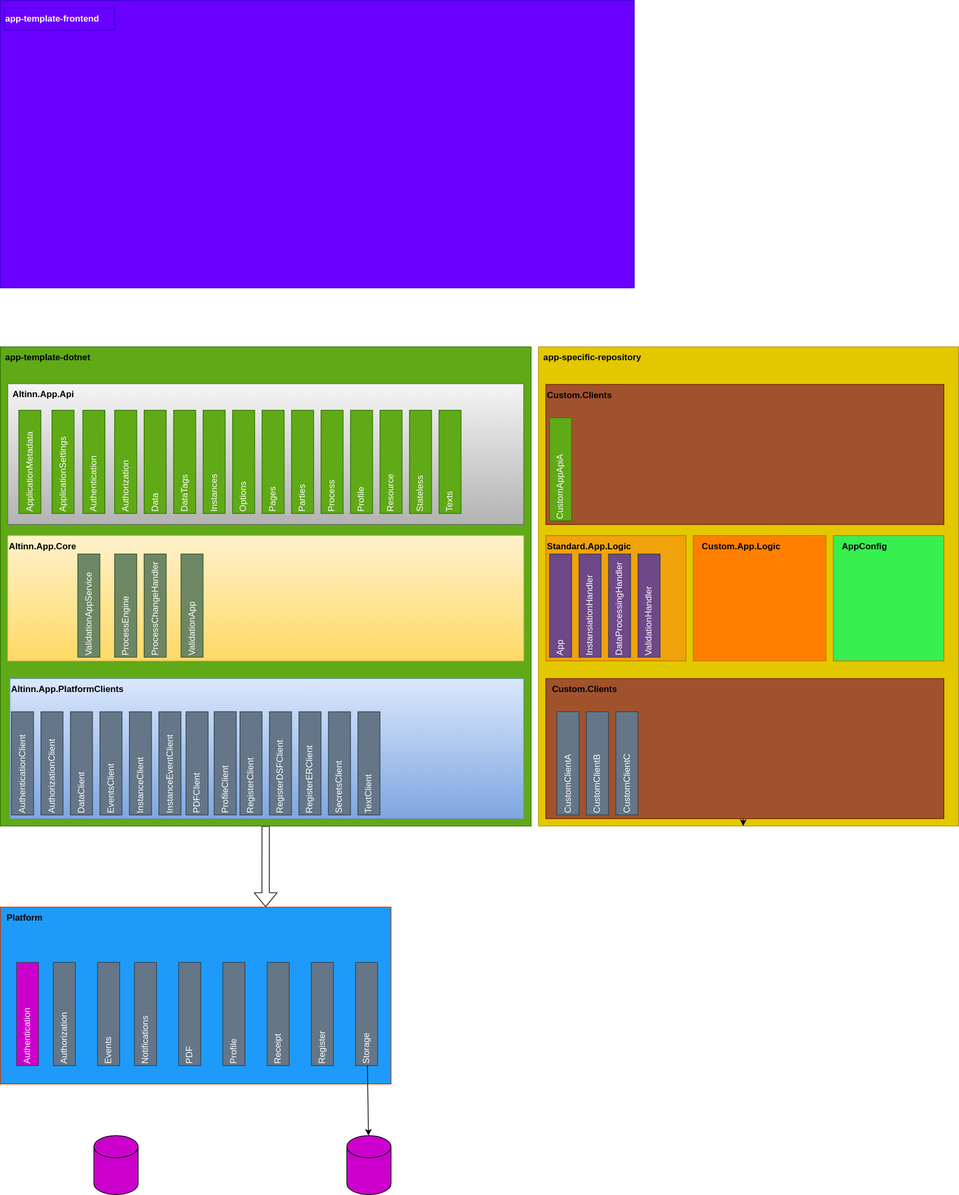
The draw.io diagram apptemplate.drawio.svg in Altinn/altinn-studio, before a commit. Source tidied: cells renumbered, new cells last; positions are measured from the earlier drawing's top-left corner, leaving out a move shared by most shapes.
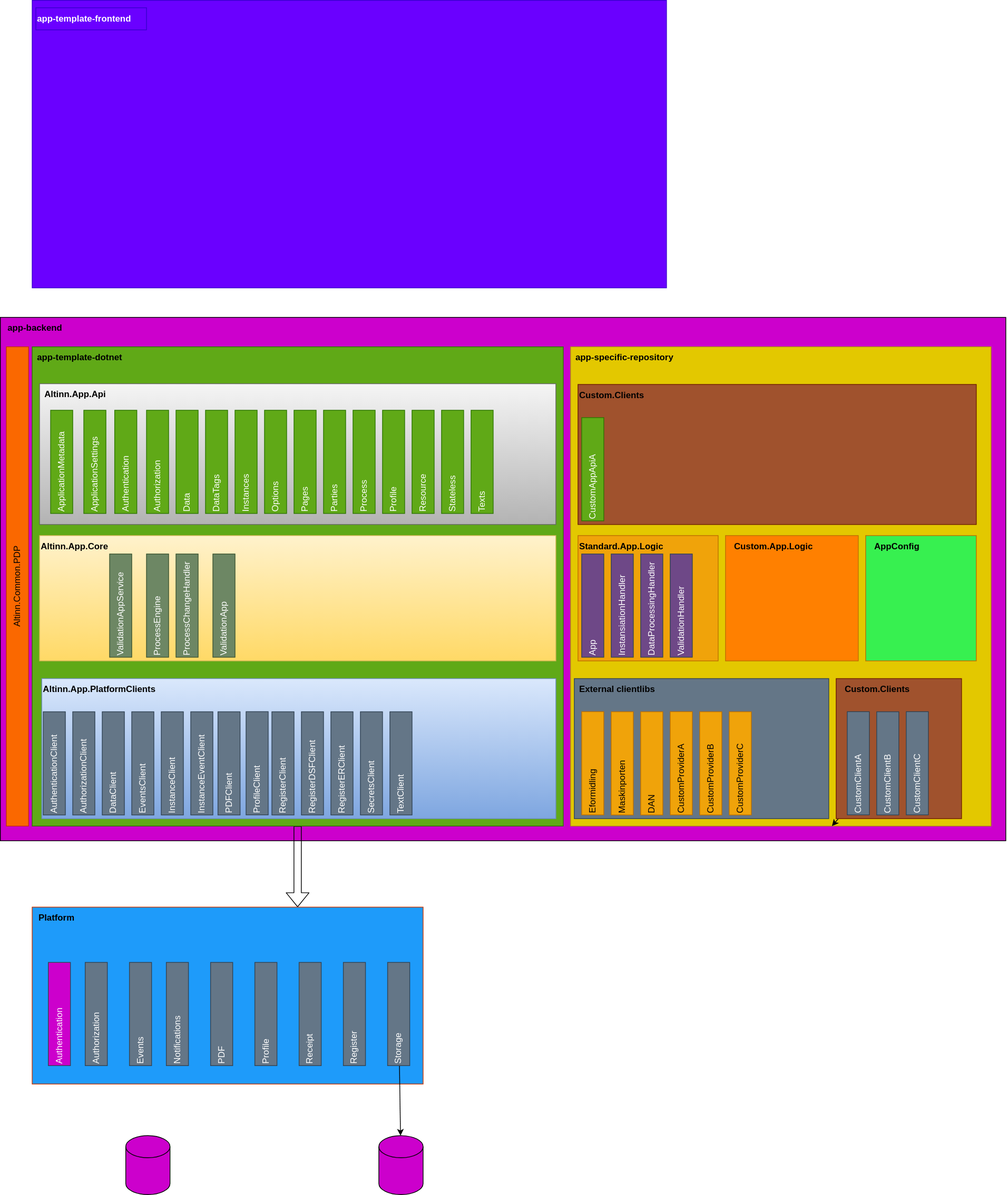
After the commit.

Commit message:
Added more client examples

What changed in the source:
```diff
@@ -2,6 +2,9 @@
   <root>
     <mxCell id="0" />
     <mxCell id="1" parent="0" />
+    <mxCell id="80" style="rounded=0;whiteSpace=wrap;html=1;fontColor=#0066CC;fillColor=#CC00CC;" parent="1" vertex="1">
+      <mxGeometry x="-3.1" y="430" width="1363.1" height="710" as="geometry" />
+    </mxCell>
     <mxCell id="2" style="edgeStyle=none;shape=flexArrow;html=1;entryX=0.679;entryY=0;entryDx=0;entryDy=0;entryPerimeter=0;fontColor=#0066CC;" parent="1" edge="1" source="3" target="62">
       <mxGeometry relative="1" as="geometry" />
     </mxCell>
@@ -131,14 +134,16 @@
     <mxCell id="44" value="Texts" style="rounded=0;whiteSpace=wrap;html=1;rotation=-90;align=left;fillColor=#60a917;strokeColor=#2D7600;fontColor=#ffffff;" parent="1" vertex="1">
       <mxGeometry x="580" y="611" width="140" height="30" as="geometry" />
     </mxCell>
-    <mxCell id="45" style="edgeStyle=none;html=1;fontColor=#0066CC;" parent="1" edge="1" source="46" target="7">
-      <mxGeometry relative="1" as="geometry" />
+    <mxCell id="45" style="edgeStyle=none;html=1;fontColor=#0066CC;" parent="1" edge="1" source="46">
+      <mxGeometry relative="1" as="geometry">
+        <mxPoint x="1124.3" y="1120" as="targetPoint" />
+      </mxGeometry>
     </mxCell>
     <mxCell id="46" style="rounded=0;whiteSpace=wrap;html=1;fillColor=#a0522d;fontColor=#ffffff;strokeColor=#6D1F00;" parent="1" vertex="1">
-      <mxGeometry x="780" y="920" width="540" height="190" as="geometry" />
+      <mxGeometry x="1130" y="920" width="170" height="190" as="geometry" />
     </mxCell>
     <mxCell id="47" value="Custom.Clients" style="text;html=1;strokeColor=none;fillColor=none;align=left;verticalAlign=middle;whiteSpace=wrap;rounded=0;fontColor=#000000;fontStyle=1;" parent="1" vertex="1">
-      <mxGeometry x="787" y="920" width="150" height="30" as="geometry" />
+      <mxGeometry x="1140" y="920" width="150" height="30" as="geometry" />
     </mxCell>
     <mxCell id="48" style="rounded=0;whiteSpace=wrap;html=1;fillColor=#a0522d;fontColor=#ffffff;strokeColor=#6D1F00;" parent="1" vertex="1">
       <mxGeometry x="780" y="521" width="540" height="190" as="geometry" />
@@ -147,13 +152,13 @@
       <mxGeometry x="780" y="521" width="150" height="30" as="geometry" />
     </mxCell>
     <mxCell id="50" value="CustomClientA" style="rounded=0;whiteSpace=wrap;html=1;rotation=-90;align=left;fillColor=#647687;fontColor=#ffffff;strokeColor=#314354;" parent="1" vertex="1">
-      <mxGeometry x="740" y="1019.9" width="140" height="30" as="geometry" />
+      <mxGeometry x="1090" y="1019.9" width="140" height="30" as="geometry" />
     </mxCell>
     <mxCell id="51" value="CustomClientB" style="rounded=0;whiteSpace=wrap;html=1;rotation=-90;align=left;fillColor=#647687;fontColor=#ffffff;strokeColor=#314354;" parent="1" vertex="1">
-      <mxGeometry x="780" y="1020" width="140" height="30" as="geometry" />
+      <mxGeometry x="1130" y="1020" width="140" height="30" as="geometry" />
     </mxCell>
     <mxCell id="52" value="CustomClientC" style="rounded=0;whiteSpace=wrap;html=1;rotation=-90;align=left;fillColor=#647687;fontColor=#ffffff;strokeColor=#314354;" parent="1" vertex="1">
-      <mxGeometry x="820" y="1019.9" width="140" height="30" as="geometry" />
+      <mxGeometry x="1170" y="1019.9" width="140" height="30" as="geometry" />
     </mxCell>
     <mxCell id="53" value="CustomAppApiA" style="rounded=0;whiteSpace=wrap;html=1;rotation=-90;align=left;fillColor=#60a917;strokeColor=#2D7600;fontColor=#ffffff;" parent="1" vertex="1">
       <mxGeometry x="730" y="621" width="140" height="30" as="geometry" />
@@ -236,5 +241,35 @@
     <mxCell id="79" style="shape=cylinder3;whiteSpace=wrap;html=1;boundedLbl=1;backgroundOutline=1;size=15;fontColor=#0066CC;fillColor=#CC00CC;" parent="1" vertex="1">
       <mxGeometry x="166.9" y="1540" width="60" height="80" as="geometry" />
     </mxCell>
+    <mxCell id="81" style="rounded=0;whiteSpace=wrap;html=1;fillColor=#647687;fontColor=#ffffff;strokeColor=#314354;" parent="1" vertex="1">
+      <mxGeometry x="775" y="920" width="345" height="190" as="geometry" />
+    </mxCell>
+    <mxCell id="82" value="External clientlibs" style="text;html=1;strokeColor=none;fillColor=none;align=left;verticalAlign=middle;whiteSpace=wrap;rounded=0;fontColor=#000000;fontStyle=1;" parent="1" vertex="1">
+      <mxGeometry x="780" y="920" width="150" height="30" as="geometry" />
+    </mxCell>
+    <mxCell id="83" value="Eformidling" style="rounded=0;whiteSpace=wrap;html=1;rotation=-90;align=left;fillColor=#f0a30a;fontColor=#000000;strokeColor=#BD7000;" parent="1" vertex="1">
+      <mxGeometry x="730" y="1019.9" width="140" height="30" as="geometry" />
+    </mxCell>
+    <mxCell id="84" value="Maskinporten" style="rounded=0;whiteSpace=wrap;html=1;rotation=-90;align=left;fillColor=#f0a30a;fontColor=#000000;strokeColor=#BD7000;" parent="1" vertex="1">
+      <mxGeometry x="770" y="1020" width="140" height="30" as="geometry" />
+    </mxCell>
+    <mxCell id="85" value="DAN" style="rounded=0;whiteSpace=wrap;html=1;rotation=-90;align=left;fillColor=#f0a30a;fontColor=#000000;strokeColor=#BD7000;" parent="1" vertex="1">
+      <mxGeometry x="810" y="1020" width="140" height="30" as="geometry" />
+    </mxCell>
+    <mxCell id="86" value="CustomProviderA" style="rounded=0;whiteSpace=wrap;html=1;rotation=-90;align=left;fillColor=#f0a30a;fontColor=#000000;strokeColor=#BD7000;" parent="1" vertex="1">
+      <mxGeometry x="850" y="1019.9" width="140" height="30" as="geometry" />
+    </mxCell>
+    <mxCell id="87" value="CustomProviderB" style="rounded=0;whiteSpace=wrap;html=1;rotation=-90;align=left;fillColor=#f0a30a;fontColor=#000000;strokeColor=#BD7000;" parent="1" vertex="1">
+      <mxGeometry x="890" y="1020" width="140" height="30" as="geometry" />
+    </mxCell>
+    <mxCell id="88" value="CustomProviderC" style="rounded=0;whiteSpace=wrap;html=1;rotation=-90;align=left;fillColor=#f0a30a;fontColor=#000000;strokeColor=#BD7000;" parent="1" vertex="1">
+      <mxGeometry x="930" y="1020" width="140" height="30" as="geometry" />
+    </mxCell>
+    <mxCell id="89" value="Altinn.Common.PDP" style="rounded=0;whiteSpace=wrap;html=1;rotation=-90;align=center;fillColor=#fa6800;strokeColor=#C73500;fontColor=#000000;" parent="1" vertex="1">
+      <mxGeometry x="-305" y="780" width="650" height="30" as="geometry" />
+    </mxCell>
+    <mxCell id="90" value="app-backend" style="text;html=1;strokeColor=none;fillColor=none;align=left;verticalAlign=middle;whiteSpace=wrap;rounded=0;fontColor=#000000;fontStyle=1;" parent="1" vertex="1">
+      <mxGeometry x="5" y="430" width="150" height="30" as="geometry" />
+    </mxCell>
   </root>
 </mxGraphModel>
```
